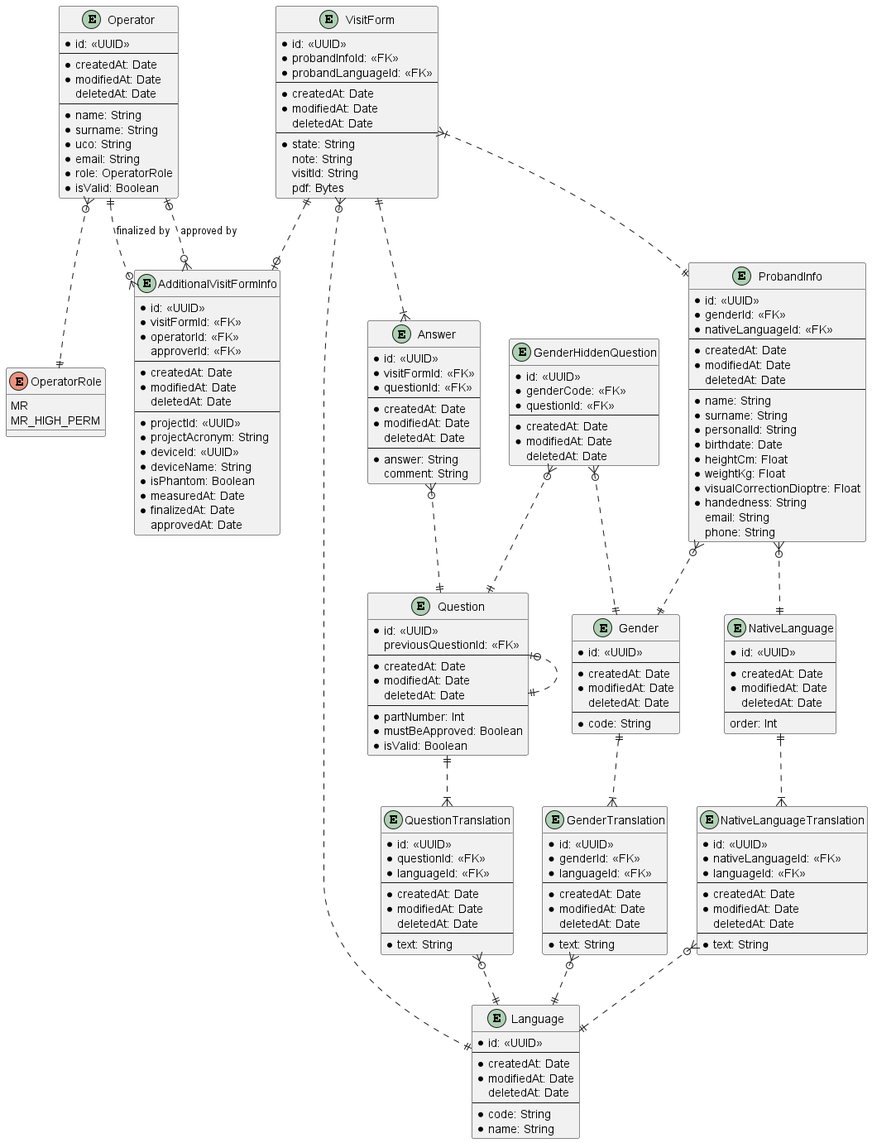
lukas-kratochvil/mafil-proband-safety-questionnaire keeps this PlantUML diagram as backend/prisma/erd/ProbandSafetyQuestionnaire.png. Above is the earlier version.
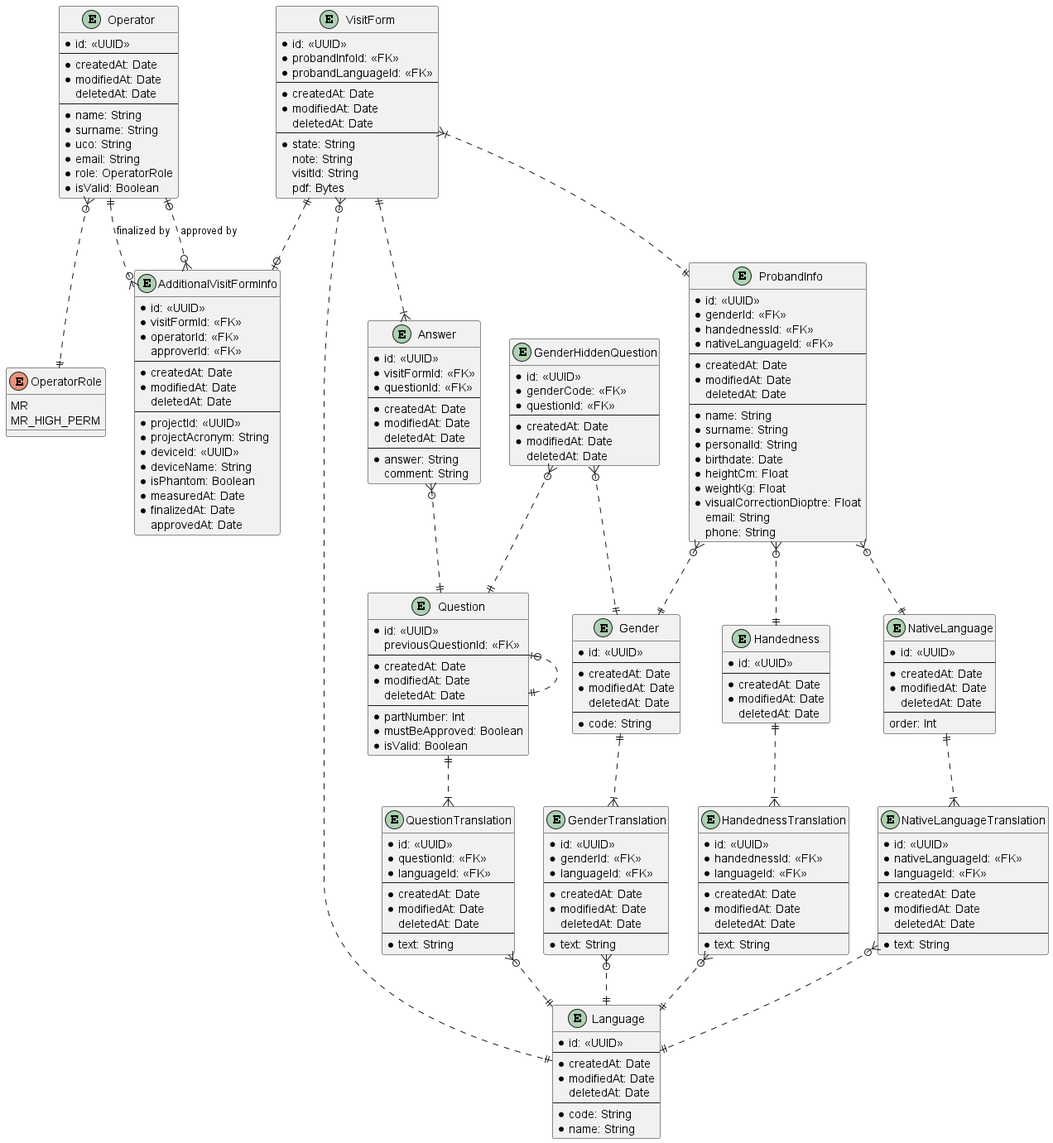
The same file after the commit.

Commit message:
feat: created prisma Handedness entity

Change to the diagram source:
```diff
@@ -58,6 +58,7 @@
 entity ProbandInfo {
   * id: <<UUID>>
   * genderId: <<FK>>
+  * handednessId: <<FK>>
   * nativeLanguageId: <<FK>>
   ---
   * createdAt: Date
@@ -71,7 +72,6 @@
   * heightCm: Float
   * weightKg: Float
   * visualCorrectionDioptre: Float
-  * handedness: String
   email: String
   phone: String
 }
@@ -146,6 +146,26 @@
   * text: String
 }
 
+entity Handedness {
+  * id: <<UUID>>
+  ---
+  * createdAt: Date
+  * modifiedAt: Date
+  deletedAt: Date
+}
+
+entity HandednessTranslation {
+  * id: <<UUID>>
+  * handednessId: <<FK>>
+  * languageId: <<FK>>
+  ---
+  * createdAt: Date
+  * modifiedAt: Date
+  deletedAt: Date
+  ---
+  * text: String
+}
+
 entity NativeLanguage {
   * id: <<UUID>>
   ---
@@ -191,11 +211,14 @@
 Question ||..|{ QuestionTranslation
 QuestionTranslation }o..|| Language
 ProbandInfo }o..|| Gender
+ProbandInfo }o..|| Handedness
 ProbandInfo }o..|| NativeLanguage
 GenderHiddenQuestion }o..|| Gender
 GenderHiddenQuestion }o..|| Question
 Gender ||..|{ GenderTranslation
 GenderTranslation }o..|| Language
+Handedness ||..|{ HandednessTranslation
+HandednessTranslation }o..|| Language
 NativeLanguage ||..|{ NativeLanguageTranslation
 NativeLanguageTranslation }o..|| Language
 
```
